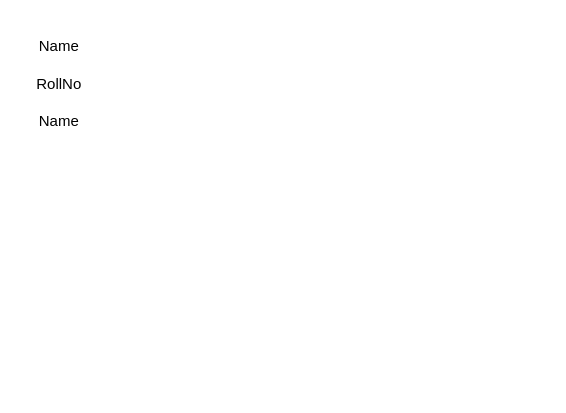
Before: songs/public/Untitled Diagram.drawio in saran-23/react-redux-songs, a draw.io diagram. Source tidied: cells renumbered, new cells numbered last; positions are measured from the earlier drawing's top-left corner, leaving out a move shared by most shapes. Both pictures are drawn from the tidied source at 125%, with x=0, y=0 at pixel (21, 34).
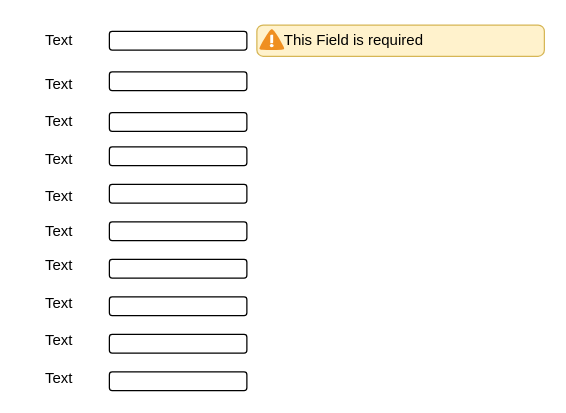
After the change.

Diff of the diagram source:
```diff
@@
-    <mxCell id="2" value="Name" style="text;html=1;strokeColor=none;fillColor=none;align=center;verticalAlign=middle;whiteSpace=wrap;rounded=0;" parent="1" vertex="1">
-      <mxGeometry width="60" height="20" as="geometry" />
+    <mxCell id="2" value="Text" style="text;html=1;strokeColor=none;fillColor=none;align=center;verticalAlign=middle;whiteSpace=wrap;rounded=1;" parent="1" vertex="1">
+      <mxGeometry y="-10" width="60" height="30" as="geometry" />
     </mxCell>
-    <mxCell id="3" value="RollNo" style="text;html=1;strokeColor=none;fillColor=none;align=center;verticalAlign=middle;whiteSpace=wrap;rounded=0;" parent="1" vertex="1">
+    <mxCell id="3" value="Text" style="text;html=1;strokeColor=none;fillColor=none;align=center;verticalAlign=middle;whiteSpace=wrap;rounded=1;" parent="1" vertex="1">
       <mxGeometry y="30" width="60" height="20" as="geometry" />
     </mxCell>
-    <mxCell id="4" value="Name" style="text;html=1;strokeColor=none;fillColor=none;align=center;verticalAlign=middle;whiteSpace=wrap;rounded=0;" parent="1" vertex="1">
+    <mxCell id="4" value="Text" style="text;html=1;strokeColor=none;fillColor=none;align=center;verticalAlign=middle;whiteSpace=wrap;rounded=1;" parent="1" vertex="1">
       <mxGeometry y="60" width="60" height="20" as="geometry" />
     </mxCell>
+    <mxCell id="5" style="whiteSpace=wrap;html=1;rounded=1;" parent="1" vertex="1">
+      <mxGeometry x="70" y="-2.5" width="110" height="15" as="geometry" />
+    </mxCell>
+    <mxCell id="6" style="whiteSpace=wrap;html=1;rounded=1;" parent="1" vertex="1">
+      <mxGeometry x="70" y="30" width="110" height="15" as="geometry" />
+    </mxCell>
+    <mxCell id="7" style="whiteSpace=wrap;html=1;rounded=1;" parent="1" vertex="1">
+      <mxGeometry x="70" y="62.5" width="110" height="15" as="geometry" />
+    </mxCell>
+    <mxCell id="8" style="whiteSpace=wrap;html=1;rounded=1;" parent="1" vertex="1">
+      <mxGeometry x="70" y="90" width="110" height="15" as="geometry" />
+    </mxCell>
+    <mxCell id="9" style="whiteSpace=wrap;html=1;rounded=1;" parent="1" vertex="1">
+      <mxGeometry x="70" y="120" width="110" height="15" as="geometry" />
+    </mxCell>
+    <mxCell id="10" style="whiteSpace=wrap;html=1;rounded=1;" parent="1" vertex="1">
+      <mxGeometry x="70" y="150" width="110" height="15" as="geometry" />
+    </mxCell>
+    <mxCell id="11" style="whiteSpace=wrap;html=1;rounded=1;" parent="1" vertex="1">
+      <mxGeometry x="70" y="180" width="110" height="15" as="geometry" />
+    </mxCell>
+    <mxCell id="12" style="whiteSpace=wrap;html=1;rounded=1;" parent="1" vertex="1">
+      <mxGeometry x="70" y="210" width="110" height="15" as="geometry" />
+    </mxCell>
+    <mxCell id="13" style="whiteSpace=wrap;html=1;rounded=1;" parent="1" vertex="1">
+      <mxGeometry x="70" y="240" width="110" height="15" as="geometry" />
+    </mxCell>
+    <mxCell id="14" style="whiteSpace=wrap;html=1;rounded=1;" parent="1" vertex="1">
+      <mxGeometry x="70" y="270" width="110" height="15" as="geometry" />
+    </mxCell>
+    <mxCell id="15" value="Text" style="text;html=1;strokeColor=none;fillColor=none;align=center;verticalAlign=middle;whiteSpace=wrap;rounded=1;" parent="1" vertex="1">
+      <mxGeometry y="90" width="60" height="20" as="geometry" />
+    </mxCell>
+    <mxCell id="16" value="Text" style="text;html=1;strokeColor=none;fillColor=none;align=center;verticalAlign=middle;whiteSpace=wrap;rounded=1;" parent="1" vertex="1">
+      <mxGeometry y="120" width="60" height="20" as="geometry" />
+    </mxCell>
+    <mxCell id="17" value="Text" style="text;html=1;strokeColor=none;fillColor=none;align=center;verticalAlign=middle;whiteSpace=wrap;rounded=1;" parent="1" vertex="1">
+      <mxGeometry y="147.5" width="60" height="20" as="geometry" />
+    </mxCell>
+    <mxCell id="18" value="Text" style="text;html=1;strokeColor=none;fillColor=none;align=center;verticalAlign=middle;whiteSpace=wrap;rounded=1;" parent="1" vertex="1">
+      <mxGeometry y="175" width="60" height="20" as="geometry" />
+    </mxCell>
+    <mxCell id="19" value="Text" style="text;html=1;strokeColor=none;fillColor=none;align=center;verticalAlign=middle;whiteSpace=wrap;rounded=1;" parent="1" vertex="1">
+      <mxGeometry y="205" width="60" height="20" as="geometry" />
+    </mxCell>
+    <mxCell id="20" value="Text" style="text;html=1;strokeColor=none;fillColor=none;align=center;verticalAlign=middle;whiteSpace=wrap;rounded=1;" parent="1" vertex="1">
+      <mxGeometry y="235" width="60" height="20" as="geometry" />
+    </mxCell>
+    <mxCell id="21" value="Text" style="text;html=1;strokeColor=none;fillColor=none;align=center;verticalAlign=middle;whiteSpace=wrap;rounded=1;" parent="1" vertex="1">
+      <mxGeometry y="265" width="60" height="20" as="geometry" />
+    </mxCell>
+    <mxCell id="22" value="&amp;nbsp; &amp;nbsp;This Field is required" style="html=1;shadow=0;dashed=0;shape=mxgraph.bootstrap.rrect;rSize=5;strokeColor=#d6b656;strokeWidth=1;fillColor=#fff2cc;whiteSpace=wrap;align=left;verticalAlign=middle;spacingLeft=10;" parent="1" vertex="1">
+      <mxGeometry x="188" y="-7.5" width="230" height="25" as="geometry" />
+    </mxCell>
+    <mxCell id="23" style="shadow=0;dashed=0;html=1;strokeColor=none;fillColor=#4495D1;labelPosition=center;verticalLabelPosition=bottom;verticalAlign=top;align=center;shape=mxgraph.veeam.2d.alert;rounded=1;" parent="1" vertex="1">
+      <mxGeometry x="190" y="-4.1" width="20" height="16.6" as="geometry" />
+    </mxCell>
```
